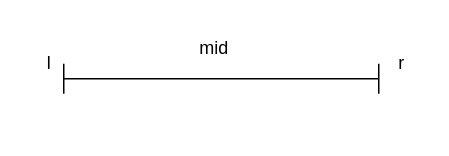
noobshmily/Pic-Bed keeps this draw.io diagram as drawio/归并排序.drawio. Above is the earlier version. Source tidied: cells renumbered, new cells numbered last; positions are measured from the earlier drawing's top-left corner, leaving out a move shared by most shapes. Both pictures are drawn from the tidied source at 150%, with x=0, y=0 at pixel (26, 26).
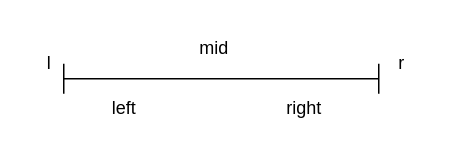
After the change.

Commit message (it also covers changes not shown here):
更新归并排序.drawio

Diff of the diagram source:
```diff
@@
 <mxGraphModel>
   <root>
     <mxCell id="0" />
     <mxCell id="1" parent="0" />
     <mxCell id="2" style="shape=crossbar;whiteSpace=wrap;html=1;rounded=1;" parent="1" vertex="1">
       <mxGeometry x="25" y="25" width="210" height="20" as="geometry" />
     </mxCell>
     <mxCell id="3" value="l" style="text;html=1;align=center;verticalAlign=middle;strokeColor=none;fillColor=none;" parent="1" vertex="1">
       <mxGeometry y="10" width="30" height="30" as="geometry" />
     </mxCell>
     <mxCell id="4" value="r" style="text;html=1;align=center;verticalAlign=middle;strokeColor=none;fillColor=none;" parent="1" vertex="1">
       <mxGeometry x="235" y="10" width="30" height="30" as="geometry" />
     </mxCell>
     <mxCell id="5" value="mid" style="text;html=1;align=center;verticalAlign=middle;strokeColor=none;fillColor=none;" parent="1" vertex="1">
       <mxGeometry x="105" width="40" height="30" as="geometry" />
     </mxCell>
+    <mxCell id="6" value="left" style="text;html=1;align=center;verticalAlign=middle;strokeColor=none;fillColor=none;" parent="1" vertex="1">
+      <mxGeometry x="45" y="40" width="40" height="30" as="geometry" />
+    </mxCell>
+    <mxCell id="7" value="right" style="text;html=1;align=center;verticalAlign=middle;strokeColor=none;fillColor=none;" parent="1" vertex="1">
+      <mxGeometry x="160" y="40" width="50" height="30" as="geometry" />
+    </mxCell>
   </root>
 </mxGraphModel>
```
